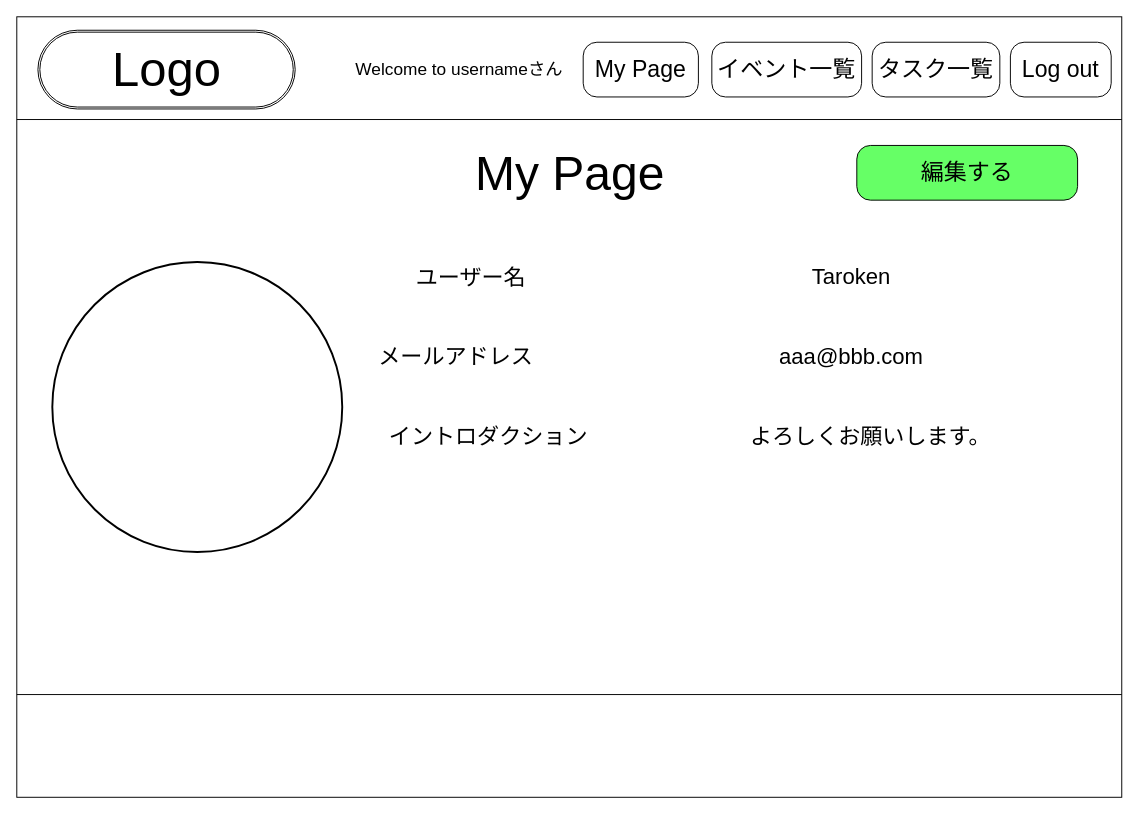
This is page "マイページ" (5 of 12) of wire flame.drawio from MurapyonCorp/My-Portfolio, a draw.io file, before an edit. Source tidied: cells renumbered, new cells numbered last; positions are measured from the earlier drawing's top-left corner, leaving out a move shared by most shapes. Both pictures are drawn from the tidied source at 96%, with x=0, y=0 at pixel (16, 16).
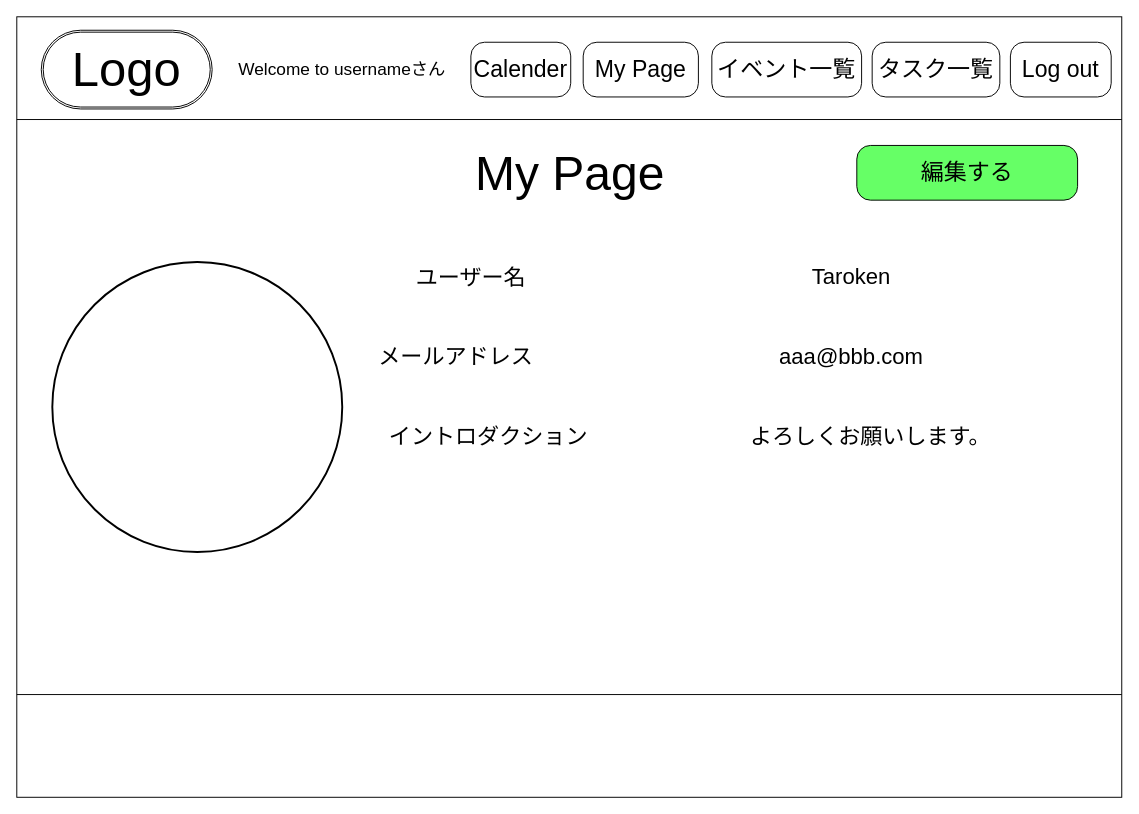
The same page after the edit.

Change to the diagram source:
```diff
@@
 <mxGraphModel background="#ffffff">
   <root>
     <mxCell id="0" />
     <mxCell id="1" parent="0" />
     <mxCell id="2" style="shape=process;whiteSpace=wrap;html=1;backgroundOutline=1;strokeColor=#000000;fillColor=none;direction=south;size=0.13108419479667746;" parent="1" vertex="1">
       <mxGeometry width="1151" height="813" as="geometry" />
     </mxCell>
     <mxCell id="3" style="shape=ext;double=1;rounded=1;whiteSpace=wrap;html=1;strokeColor=#000000;fillColor=none;arcSize=50;" parent="1" vertex="1">
-      <mxGeometry x="22" y="14" width="268" height="82" as="geometry" />
+      <mxGeometry x="25.5" y="14" width="178" height="82" as="geometry" />
     </mxCell>
     <mxCell id="4" value="&lt;font color=&quot;#000000&quot; style=&quot;font-size: 51px&quot;&gt;Logo&lt;/font&gt;" style="text;html=1;strokeColor=none;fillColor=none;align=center;verticalAlign=middle;whiteSpace=wrap;rounded=0;" parent="1" vertex="1">
-      <mxGeometry x="63.5" y="24.5" width="185" height="61" as="geometry" />
+      <mxGeometry x="22" y="24.5" width="185" height="61" as="geometry" />
     </mxCell>
     <mxCell id="5" value="&lt;font style=&quot;font-size: 24px&quot; color=&quot;#000000&quot;&gt;イベント一覧&lt;/font&gt;" style="rounded=1;arcSize=25;whiteSpace=wrap;html=1;align=center;strokeColor=#000000;fillColor=none;" parent="1" vertex="1">
       <mxGeometry x="724" y="26.5" width="156" height="57" as="geometry" />
     </mxCell>
     <mxCell id="6" value="&lt;font style=&quot;font-size: 24px&quot; color=&quot;#000000&quot;&gt;タスク一覧&lt;/font&gt;" style="rounded=1;arcSize=25;whiteSpace=wrap;html=1;align=center;strokeColor=#000000;fillColor=none;" parent="1" vertex="1">
       <mxGeometry x="891" y="26.5" width="133" height="57" as="geometry" />
     </mxCell>
     <mxCell id="7" value="&lt;font style=&quot;font-size: 24px&quot; color=&quot;#000000&quot;&gt;Log out&lt;/font&gt;" style="rounded=1;arcSize=25;whiteSpace=wrap;html=1;align=center;strokeColor=#000000;fillColor=none;" parent="1" vertex="1">
       <mxGeometry x="1035" y="26.5" width="105" height="57" as="geometry" />
     </mxCell>
     <mxCell id="8" value="&lt;font style=&quot;font-size: 24px&quot; color=&quot;#000000&quot;&gt;My Page&lt;/font&gt;" style="rounded=1;arcSize=25;whiteSpace=wrap;html=1;align=center;strokeColor=#000000;fillColor=none;" parent="1" vertex="1">
       <mxGeometry x="590" y="26.5" width="120" height="57" as="geometry" />
     </mxCell>
     <mxCell id="9" value="&lt;font color=&quot;#000000&quot; style=&quot;font-size: 18px&quot;&gt;Welcome to usernameさん&lt;/font&gt;" style="text;html=1;strokeColor=none;fillColor=none;align=center;verticalAlign=middle;whiteSpace=wrap;rounded=0;" parent="1" vertex="1">
-      <mxGeometry x="343" y="11.5" width="236" height="87" as="geometry" />
+      <mxGeometry x="221" y="11.5" width="236" height="87" as="geometry" />
     </mxCell>
     <mxCell id="10" value="&lt;font color=&quot;#000000&quot;&gt;My Page&lt;/font&gt;" style="text;html=1;strokeColor=none;fillColor=none;align=center;verticalAlign=middle;whiteSpace=wrap;rounded=0;fontSize=50;" parent="1" vertex="1">
       <mxGeometry x="463" y="132" width="227" height="61" as="geometry" />
     </mxCell>
     <mxCell id="11" style="ellipse;whiteSpace=wrap;html=1;fontSize=15;fontColor=#0800FF;strokeColor=#000000;strokeWidth=2;gradientColor=none;fillColor=none;" parent="1" vertex="1">
       <mxGeometry x="37" y="255.5" width="302" height="302" as="geometry" />
     </mxCell>
     <mxCell id="12" value="ユーザー名" style="text;strokeColor=none;fillColor=none;align=left;verticalAlign=top;spacingLeft=4;spacingRight=4;overflow=hidden;fontSize=23;fontColor=#000000;" parent="1" vertex="1">
       <mxGeometry x="410" y="251" width="132" height="40" as="geometry" />
     </mxCell>
     <mxCell id="13" value="イントロダクション" style="text;strokeColor=none;fillColor=none;align=left;verticalAlign=top;spacingLeft=4;spacingRight=4;overflow=hidden;fontSize=23;fontColor=#000000;" parent="1" vertex="1">
       <mxGeometry x="382" y="417" width="222" height="40" as="geometry" />
     </mxCell>
     <mxCell id="14" value="メールアドレス" style="text;strokeColor=none;fillColor=none;align=left;verticalAlign=top;spacingLeft=4;spacingRight=4;overflow=hidden;fontSize=23;fontColor=#000000;" parent="1" vertex="1">
       <mxGeometry x="371" y="333.5" width="171" height="40" as="geometry" />
     </mxCell>
     <mxCell id="15" value="&lt;font color=&quot;#000000&quot;&gt;Taroken&lt;/font&gt;" style="text;html=1;strokeColor=none;fillColor=none;align=center;verticalAlign=middle;whiteSpace=wrap;rounded=0;fontSize=23;" parent="1" vertex="1">
       <mxGeometry x="756" y="240.5" width="227" height="61" as="geometry" />
     </mxCell>
     <mxCell id="16" value="&lt;font color=&quot;#000000&quot;&gt;aaa@bbb.com&lt;/font&gt;" style="text;html=1;strokeColor=none;fillColor=none;align=center;verticalAlign=middle;whiteSpace=wrap;rounded=0;fontSize=23;" parent="1" vertex="1">
       <mxGeometry x="756" y="323" width="227" height="61" as="geometry" />
     </mxCell>
     <mxCell id="17" value="&lt;font color=&quot;#000000&quot;&gt;よろしくお願いします。&lt;/font&gt;" style="text;html=1;strokeColor=none;fillColor=none;align=center;verticalAlign=middle;whiteSpace=wrap;rounded=0;fontSize=23;" parent="1" vertex="1">
       <mxGeometry x="756" y="406.5" width="267" height="61" as="geometry" />
     </mxCell>
     <mxCell id="18" value="&lt;font color=&quot;#000000&quot;&gt;&lt;span style=&quot;font-size: 24px&quot;&gt;編集する&lt;/span&gt;&lt;/font&gt;" style="rounded=1;arcSize=25;whiteSpace=wrap;html=1;align=center;strokeColor=#000000;fillColor=#66FF66;" parent="1" vertex="1">
       <mxGeometry x="875" y="134" width="230" height="57" as="geometry" />
     </mxCell>
+    <mxCell id="19" value="&lt;font color=&quot;#000000&quot;&gt;&lt;span style=&quot;font-size: 24px&quot;&gt;Calender&lt;/span&gt;&lt;/font&gt;" style="rounded=1;arcSize=25;whiteSpace=wrap;html=1;align=center;strokeColor=#000000;fillColor=none;" parent="1" vertex="1">
+      <mxGeometry x="473" y="26.5" width="104" height="57" as="geometry" />
+    </mxCell>
   </root>
 </mxGraphModel>
```
